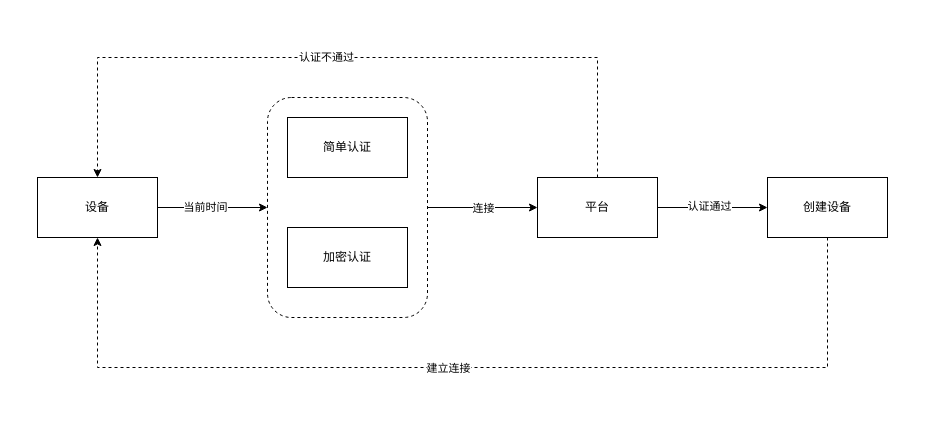
The draw.io diagram device_connect_mqtt.drawio in Jooolee/my-drawio, before the edit. Source tidied: cells renumbered, new cells numbered last; positions are measured from the earlier drawing's top-left corner, leaving out a move shared by most shapes. Both pictures are drawn from the tidied source at 100%, with x=0, y=0 at pixel (37, 57).
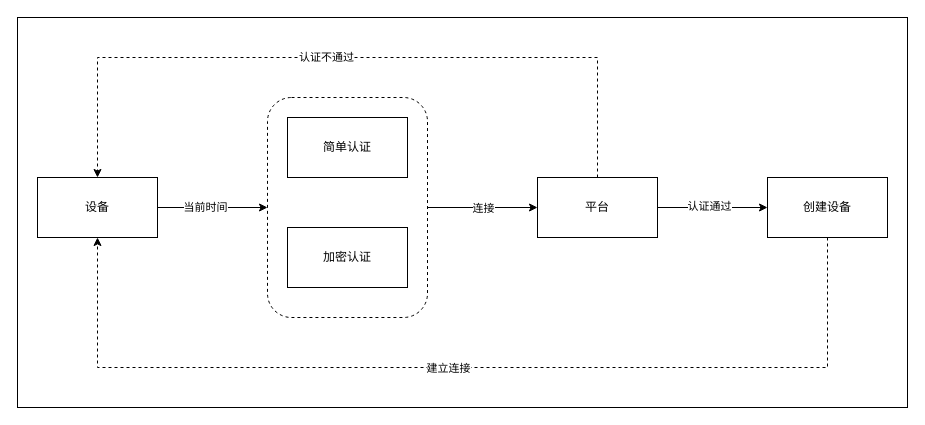
Above is the later version.

The edit, as a diff of the source:
```diff
@@
+    <mxCell id="18" style="rounded=0;whiteSpace=wrap;html=1;" parent="1" vertex="1">
+      <mxGeometry x="-20" y="-40" width="890" height="390" as="geometry" />
+    </mxCell>
```
